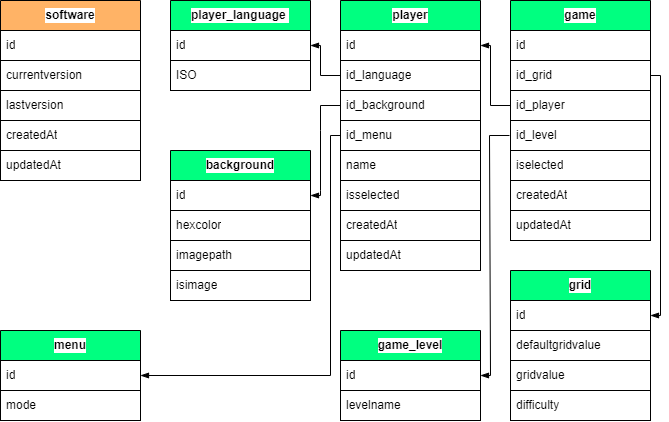
The draw.io diagram .myresources/design_and_modeling/merise/MPD.png in Lob2018/SudoFX2024, before a commit. Source tidied: cells renumbered, new cells last; positions are measured from the earlier drawing's top-left corner, leaving out a move shared by most shapes. Its diagram source:
```xml
<mxGraphModel background="#ffffff">
  <root>
    <mxCell id="0" />
    <mxCell id="1" parent="0" />
    <mxCell id="2" value="player_language&amp;nbsp;" style="swimlane;fontStyle=1;horizontal=1;startSize=30;whiteSpace=wrap;html=1;swimlaneLine=1;fontColor=#000000;labelBorderColor=none;strokeColor=#000000;fillColor=#00FF80;swimlaneFillColor=none;gradientColor=none;labelBackgroundColor=#FFFFFF;" parent="1" vertex="1">
      <mxGeometry x="170" width="140" height="90" as="geometry" />
    </mxCell>
    <mxCell id="3" value="id" style="text;strokeColor=#000000;fillColor=#FFFFFF;align=left;verticalAlign=middle;spacingLeft=4;spacingRight=4;overflow=hidden;points=[[0,0.5],[1,0.5]];portConstraint=eastwest;whiteSpace=wrap;html=1;fontColor=#000000;labelBorderColor=none;swimlaneFillColor=none;gradientColor=none;labelBackgroundColor=#FFFFFF;" parent="2" vertex="1">
      <mxGeometry y="30" width="140" height="30" as="geometry" />
    </mxCell>
    <mxCell id="4" value="ISO" style="text;strokeColor=#000000;fillColor=#FFFFFF;align=left;verticalAlign=middle;spacingLeft=4;spacingRight=4;overflow=hidden;whiteSpace=wrap;html=1;fontColor=#000000;labelBorderColor=none;swimlaneFillColor=none;gradientColor=none;labelBackgroundColor=#FFFFFF;" parent="2" vertex="1">
      <mxGeometry y="60" width="140" height="30" as="geometry" />
    </mxCell>
    <mxCell id="5" value="player" style="swimlane;fontStyle=1;horizontal=1;startSize=30;whiteSpace=wrap;html=1;swimlaneLine=1;fontColor=#000000;labelBorderColor=none;strokeColor=#000000;fillColor=#00FF80;swimlaneFillColor=none;gradientColor=none;labelBackgroundColor=#FFFFFF;" parent="1" vertex="1">
      <mxGeometry x="340" width="140" height="270" as="geometry" />
    </mxCell>
    <mxCell id="6" value="id" style="text;strokeColor=#000000;fillColor=#FFFFFF;align=left;verticalAlign=middle;spacingLeft=4;spacingRight=4;overflow=hidden;points=[[0,0.5],[1,0.5]];portConstraint=eastwest;whiteSpace=wrap;html=1;fontColor=#000000;labelBorderColor=none;swimlaneFillColor=none;gradientColor=none;labelBackgroundColor=#FFFFFF;" parent="5" vertex="1">
      <mxGeometry y="30" width="140" height="30" as="geometry" />
    </mxCell>
    <mxCell id="7" value="id_language" style="text;strokeColor=#000000;fillColor=#FFFFFF;align=left;verticalAlign=middle;spacingLeft=4;spacingRight=4;overflow=hidden;points=[[0,0.5],[1,0.5]];portConstraint=eastwest;whiteSpace=wrap;html=1;fontColor=#000000;labelBorderColor=none;swimlaneFillColor=none;gradientColor=none;labelBackgroundColor=#FFFFFF;" parent="5" vertex="1">
      <mxGeometry y="60" width="140" height="30" as="geometry" />
    </mxCell>
    <mxCell id="8" value="id_background" style="text;strokeColor=#000000;fillColor=#FFFFFF;align=left;verticalAlign=middle;spacingLeft=4;spacingRight=4;overflow=hidden;points=[[0,0.5],[1,0.5]];portConstraint=eastwest;whiteSpace=wrap;html=1;fontColor=#000000;labelBorderColor=none;swimlaneFillColor=none;gradientColor=none;labelBackgroundColor=#FFFFFF;" parent="5" vertex="1">
      <mxGeometry y="90" width="140" height="30" as="geometry" />
    </mxCell>
    <mxCell id="9" value="id_menu" style="text;strokeColor=#000000;fillColor=#FFFFFF;align=left;verticalAlign=middle;spacingLeft=4;spacingRight=4;overflow=hidden;points=[[0,0.5],[1,0.5]];portConstraint=eastwest;whiteSpace=wrap;html=1;fontColor=#000000;labelBorderColor=none;swimlaneFillColor=none;gradientColor=none;labelBackgroundColor=#FFFFFF;" parent="5" vertex="1">
      <mxGeometry y="120" width="140" height="30" as="geometry" />
    </mxCell>
    <mxCell id="10" value="name" style="text;strokeColor=#000000;fillColor=#FFFFFF;align=left;verticalAlign=middle;spacingLeft=4;spacingRight=4;overflow=hidden;whiteSpace=wrap;html=1;fontColor=#000000;labelBorderColor=none;swimlaneFillColor=none;gradientColor=none;labelBackgroundColor=#FFFFFF;" parent="5" vertex="1">
      <mxGeometry y="150" width="140" height="30" as="geometry" />
    </mxCell>
    <mxCell id="11" value="isselected" style="text;strokeColor=#000000;fillColor=#FFFFFF;align=left;verticalAlign=middle;spacingLeft=4;spacingRight=4;overflow=hidden;whiteSpace=wrap;html=1;fontColor=#000000;labelBorderColor=none;swimlaneFillColor=none;gradientColor=none;labelBackgroundColor=#FFFFFF;" parent="5" vertex="1">
      <mxGeometry y="180" width="140" height="30" as="geometry" />
    </mxCell>
    <mxCell id="12" value="createdAt" style="text;strokeColor=#000000;fillColor=#FFFFFF;align=left;verticalAlign=middle;spacingLeft=4;spacingRight=4;overflow=hidden;whiteSpace=wrap;html=1;fontColor=#000000;labelBorderColor=none;swimlaneFillColor=none;gradientColor=none;labelBackgroundColor=#FFFFFF;" parent="5" vertex="1">
      <mxGeometry y="210" width="140" height="30" as="geometry" />
    </mxCell>
    <mxCell id="13" value="updatedAt" style="text;strokeColor=#000000;fillColor=#FFFFFF;align=left;verticalAlign=middle;spacingLeft=4;spacingRight=4;overflow=hidden;whiteSpace=wrap;html=1;fontColor=#000000;labelBorderColor=none;swimlaneFillColor=none;gradientColor=none;labelBackgroundColor=#FFFFFF;" parent="5" vertex="1">
      <mxGeometry y="240" width="140" height="30" as="geometry" />
    </mxCell>
    <mxCell id="14" style="edgeStyle=none;html=1;strokeColor=#000000;endArrow=blockThin;endFill=1;entryX=1;entryY=0.5;entryDx=0;entryDy=0;rounded=0;exitX=0;exitY=0.5;exitDx=0;exitDy=0;" parent="1" edge="1" source="7" target="3">
      <mxGeometry relative="1" as="geometry">
        <Array as="points">
          <mxPoint x="320" y="75" />
          <mxPoint x="320" y="45" />
        </Array>
      </mxGeometry>
    </mxCell>
    <mxCell id="15" value="game" style="swimlane;fontStyle=1;horizontal=1;startSize=30;whiteSpace=wrap;html=1;swimlaneLine=1;fontColor=#000000;labelBorderColor=none;strokeColor=#000000;fillColor=#00FF80;swimlaneFillColor=none;gradientColor=none;labelBackgroundColor=#FFFFFF;" parent="1" vertex="1">
      <mxGeometry x="510" width="140" height="240" as="geometry" />
    </mxCell>
    <mxCell id="16" value="id" style="text;strokeColor=#000000;fillColor=#FFFFFF;align=left;verticalAlign=middle;spacingLeft=4;spacingRight=4;overflow=hidden;whiteSpace=wrap;html=1;fontColor=#000000;labelBorderColor=none;swimlaneFillColor=none;gradientColor=none;labelBackgroundColor=#FFFFFF;" parent="15" vertex="1">
      <mxGeometry y="30" width="140" height="30" as="geometry" />
    </mxCell>
    <mxCell id="17" value="id_grid" style="text;strokeColor=#000000;fillColor=#FFFFFF;align=left;verticalAlign=middle;spacingLeft=4;spacingRight=4;overflow=hidden;points=[[0,0.5],[1,0.5]];portConstraint=eastwest;whiteSpace=wrap;html=1;fontColor=#000000;labelBorderColor=none;swimlaneFillColor=none;gradientColor=none;labelBackgroundColor=#FFFFFF;" parent="15" vertex="1">
      <mxGeometry y="60" width="140" height="30" as="geometry" />
    </mxCell>
    <mxCell id="18" value="id_player" style="text;strokeColor=#000000;fillColor=#FFFFFF;align=left;verticalAlign=middle;spacingLeft=4;spacingRight=4;overflow=hidden;points=[[0,0.5],[1,0.5]];portConstraint=eastwest;whiteSpace=wrap;html=1;fontColor=#000000;labelBorderColor=none;swimlaneFillColor=none;gradientColor=none;labelBackgroundColor=#FFFFFF;" parent="15" vertex="1">
      <mxGeometry y="90" width="140" height="30" as="geometry" />
    </mxCell>
    <mxCell id="19" value="id_level" style="text;strokeColor=#000000;fillColor=#FFFFFF;align=left;verticalAlign=middle;spacingLeft=4;spacingRight=4;overflow=hidden;whiteSpace=wrap;html=1;fontColor=#000000;labelBorderColor=none;swimlaneFillColor=none;gradientColor=none;labelBackgroundColor=#FFFFFF;" parent="15" vertex="1">
      <mxGeometry y="120" width="140" height="30" as="geometry" />
    </mxCell>
    <mxCell id="20" value="iselected" style="text;strokeColor=#000000;fillColor=#FFFFFF;align=left;verticalAlign=middle;spacingLeft=4;spacingRight=4;overflow=hidden;whiteSpace=wrap;html=1;fontColor=#000000;labelBorderColor=none;swimlaneFillColor=none;gradientColor=none;labelBackgroundColor=#FFFFFF;" parent="15" vertex="1">
      <mxGeometry y="150" width="140" height="30" as="geometry" />
    </mxCell>
    <mxCell id="21" value="createdAt" style="text;strokeColor=#000000;fillColor=#FFFFFF;align=left;verticalAlign=middle;spacingLeft=4;spacingRight=4;overflow=hidden;whiteSpace=wrap;html=1;fontColor=#000000;labelBorderColor=none;swimlaneFillColor=none;gradientColor=none;labelBackgroundColor=#FFFFFF;" parent="15" vertex="1">
      <mxGeometry y="180" width="140" height="30" as="geometry" />
    </mxCell>
    <mxCell id="22" value="updatedAt" style="text;strokeColor=#000000;fillColor=#FFFFFF;align=left;verticalAlign=middle;spacingLeft=4;spacingRight=4;overflow=hidden;whiteSpace=wrap;html=1;fontColor=#000000;labelBorderColor=none;swimlaneFillColor=none;gradientColor=none;labelBackgroundColor=#FFFFFF;" parent="15" vertex="1">
      <mxGeometry y="210" width="140" height="30" as="geometry" />
    </mxCell>
    <mxCell id="23" value="grid" style="swimlane;fontStyle=1;horizontal=1;startSize=30;whiteSpace=wrap;html=1;swimlaneLine=1;fontColor=#000000;labelBorderColor=none;strokeColor=#000000;fillColor=#00FF80;swimlaneFillColor=none;gradientColor=none;labelBackgroundColor=#FFFFFF;" parent="1" vertex="1">
      <mxGeometry x="510" y="270" width="140" height="150" as="geometry" />
    </mxCell>
    <mxCell id="24" value="id" style="text;strokeColor=#000000;fillColor=#FFFFFF;align=left;verticalAlign=middle;spacingLeft=4;spacingRight=4;overflow=hidden;points=[[0,0.5],[1,0.5]];portConstraint=eastwest;whiteSpace=wrap;html=1;fontColor=#000000;labelBorderColor=none;swimlaneFillColor=none;gradientColor=none;labelBackgroundColor=#FFFFFF;" parent="23" vertex="1">
      <mxGeometry y="30" width="140" height="30" as="geometry" />
    </mxCell>
    <mxCell id="25" value="defaultgridvalue" style="text;strokeColor=#000000;fillColor=#FFFFFF;align=left;verticalAlign=middle;spacingLeft=4;spacingRight=4;overflow=hidden;whiteSpace=wrap;html=1;fontColor=#000000;labelBorderColor=none;swimlaneFillColor=none;gradientColor=none;labelBackgroundColor=#FFFFFF;" parent="23" vertex="1">
      <mxGeometry y="60" width="140" height="30" as="geometry" />
    </mxCell>
    <mxCell id="26" value="gridvalue" style="text;strokeColor=#000000;fillColor=#FFFFFF;align=left;verticalAlign=middle;spacingLeft=4;spacingRight=4;overflow=hidden;whiteSpace=wrap;html=1;fontColor=#000000;labelBorderColor=none;swimlaneFillColor=none;gradientColor=none;labelBackgroundColor=#FFFFFF;" parent="23" vertex="1">
      <mxGeometry y="90" width="140" height="30" as="geometry" />
    </mxCell>
    <mxCell id="27" value="difficulty" style="text;strokeColor=#000000;fillColor=#FFFFFF;align=left;verticalAlign=middle;spacingLeft=4;spacingRight=4;overflow=hidden;whiteSpace=wrap;html=1;fontColor=#000000;labelBorderColor=none;swimlaneFillColor=none;gradientColor=none;labelBackgroundColor=#FFFFFF;" parent="23" vertex="1">
      <mxGeometry y="120" width="140" height="30" as="geometry" />
    </mxCell>
    <mxCell id="28" value="background" style="swimlane;fontStyle=1;horizontal=1;startSize=30;whiteSpace=wrap;html=1;swimlaneLine=1;fontColor=#000000;labelBorderColor=none;strokeColor=#000000;fillColor=#00FF80;swimlaneFillColor=none;gradientColor=none;labelBackgroundColor=#FFFFFF;" parent="1" vertex="1">
      <mxGeometry x="170" y="150" width="140" height="150" as="geometry" />
    </mxCell>
    <mxCell id="29" value="id" style="text;strokeColor=#000000;fillColor=#FFFFFF;align=left;verticalAlign=middle;spacingLeft=4;spacingRight=4;overflow=hidden;points=[[0,0.5],[1,0.5]];portConstraint=eastwest;whiteSpace=wrap;html=1;fontColor=#000000;labelBorderColor=none;swimlaneFillColor=none;gradientColor=none;labelBackgroundColor=#FFFFFF;" parent="28" vertex="1">
      <mxGeometry y="30" width="140" height="30" as="geometry" />
    </mxCell>
    <mxCell id="30" value="hexcolor" style="text;strokeColor=#000000;fillColor=#FFFFFF;align=left;verticalAlign=middle;spacingLeft=4;spacingRight=4;overflow=hidden;whiteSpace=wrap;html=1;fontColor=#000000;labelBorderColor=none;swimlaneFillColor=none;gradientColor=none;labelBackgroundColor=#FFFFFF;" parent="28" vertex="1">
      <mxGeometry y="60" width="140" height="30" as="geometry" />
    </mxCell>
    <mxCell id="31" value="imagepath" style="text;strokeColor=#000000;fillColor=#FFFFFF;align=left;verticalAlign=middle;spacingLeft=4;spacingRight=4;overflow=hidden;whiteSpace=wrap;html=1;fontColor=#000000;labelBorderColor=none;swimlaneFillColor=none;gradientColor=none;labelBackgroundColor=#FFFFFF;" parent="28" vertex="1">
      <mxGeometry y="90" width="140" height="30" as="geometry" />
    </mxCell>
    <mxCell id="32" value="isimage" style="text;strokeColor=#000000;fillColor=#FFFFFF;align=left;verticalAlign=middle;spacingLeft=4;spacingRight=4;overflow=hidden;whiteSpace=wrap;html=1;fontColor=#000000;labelBorderColor=none;swimlaneFillColor=none;gradientColor=none;labelBackgroundColor=#FFFFFF;" parent="28" vertex="1">
      <mxGeometry y="120" width="140" height="30" as="geometry" />
    </mxCell>
    <mxCell id="33" style="edgeStyle=none;html=1;strokeColor=#000000;endArrow=blockThin;endFill=1;entryX=1;entryY=0.5;entryDx=0;entryDy=0;rounded=0;exitX=1;exitY=0.5;exitDx=0;exitDy=0;" parent="1" edge="1" source="17" target="24">
      <mxGeometry relative="1" as="geometry">
        <Array as="points">
          <mxPoint x="660" y="75" />
          <mxPoint x="660" y="315" />
        </Array>
      </mxGeometry>
    </mxCell>
    <mxCell id="34" style="edgeStyle=none;html=1;strokeColor=#000000;endArrow=blockThin;endFill=1;entryX=1;entryY=0.5;entryDx=0;entryDy=0;rounded=0;exitX=0;exitY=0.5;exitDx=0;exitDy=0;" parent="1" edge="1" source="18" target="6">
      <mxGeometry relative="1" as="geometry">
        <Array as="points">
          <mxPoint x="490" y="105" />
          <mxPoint x="490" y="45" />
        </Array>
      </mxGeometry>
    </mxCell>
    <mxCell id="35" style="edgeStyle=none;html=1;strokeColor=#000000;endArrow=blockThin;endFill=1;entryX=1;entryY=0.5;entryDx=0;entryDy=0;rounded=0;exitX=0;exitY=0.5;exitDx=0;exitDy=0;" parent="1" edge="1" source="8" target="29">
      <mxGeometry relative="1" as="geometry">
        <Array as="points">
          <mxPoint x="320" y="105" />
          <mxPoint x="320" y="130" />
          <mxPoint x="320" y="190" />
          <mxPoint x="320" y="195" />
        </Array>
      </mxGeometry>
    </mxCell>
    <mxCell id="36" value="software" style="swimlane;fontStyle=1;horizontal=1;startSize=30;whiteSpace=wrap;html=1;swimlaneLine=1;fontColor=#000000;labelBorderColor=none;strokeColor=#000000;fillColor=#FFB366;swimlaneFillColor=none;gradientColor=none;labelBackgroundColor=#FFFFFF;" parent="1" vertex="1">
      <mxGeometry width="140" height="180" as="geometry" />
    </mxCell>
    <mxCell id="37" value="id" style="text;strokeColor=#000000;fillColor=#FFFFFF;align=left;verticalAlign=middle;spacingLeft=4;spacingRight=4;overflow=hidden;whiteSpace=wrap;html=1;fontColor=#000000;labelBorderColor=none;swimlaneFillColor=none;gradientColor=none;labelBackgroundColor=#FFFFFF;" parent="36" vertex="1">
      <mxGeometry y="30" width="140" height="30" as="geometry" />
    </mxCell>
    <mxCell id="38" value="currentversion" style="text;strokeColor=#000000;fillColor=#FFFFFF;align=left;verticalAlign=middle;spacingLeft=4;spacingRight=4;overflow=hidden;whiteSpace=wrap;html=1;fontColor=#000000;labelBorderColor=none;swimlaneFillColor=none;gradientColor=none;labelBackgroundColor=#FFFFFF;" parent="36" vertex="1">
      <mxGeometry y="60" width="140" height="30" as="geometry" />
    </mxCell>
    <mxCell id="39" value="lastversion" style="text;strokeColor=#000000;fillColor=#FFFFFF;align=left;verticalAlign=middle;spacingLeft=4;spacingRight=4;overflow=hidden;whiteSpace=wrap;html=1;fontColor=#000000;labelBorderColor=none;swimlaneFillColor=none;gradientColor=none;labelBackgroundColor=#FFFFFF;" parent="36" vertex="1">
      <mxGeometry y="90" width="140" height="30" as="geometry" />
    </mxCell>
    <mxCell id="40" value="createdAt" style="text;strokeColor=#000000;fillColor=#FFFFFF;align=left;verticalAlign=middle;spacingLeft=4;spacingRight=4;overflow=hidden;whiteSpace=wrap;html=1;fontColor=#000000;labelBorderColor=none;swimlaneFillColor=none;gradientColor=none;labelBackgroundColor=#FFFFFF;" parent="36" vertex="1">
      <mxGeometry y="120" width="140" height="30" as="geometry" />
    </mxCell>
    <mxCell id="41" value="updatedAt" style="text;strokeColor=#000000;fillColor=#FFFFFF;align=left;verticalAlign=middle;spacingLeft=4;spacingRight=4;overflow=hidden;whiteSpace=wrap;html=1;fontColor=#000000;labelBorderColor=none;swimlaneFillColor=none;gradientColor=none;labelBackgroundColor=#FFFFFF;" parent="36" vertex="1">
      <mxGeometry y="150" width="140" height="30" as="geometry" />
    </mxCell>
    <mxCell id="42" value="game_level" style="swimlane;fontStyle=1;horizontal=1;startSize=30;whiteSpace=wrap;html=1;swimlaneLine=1;fontColor=#000000;labelBorderColor=none;strokeColor=#000000;fillColor=#00FF80;swimlaneFillColor=none;gradientColor=none;labelBackgroundColor=#FFFFFF;" parent="1" vertex="1">
      <mxGeometry x="340" y="330" width="140" height="90" as="geometry" />
    </mxCell>
    <mxCell id="43" value="id" style="text;strokeColor=#000000;fillColor=#FFFFFF;align=left;verticalAlign=middle;spacingLeft=4;spacingRight=4;overflow=hidden;points=[[0,0.5],[1,0.5]];portConstraint=eastwest;whiteSpace=wrap;html=1;fontColor=#000000;labelBorderColor=none;swimlaneFillColor=none;gradientColor=none;labelBackgroundColor=#FFFFFF;" parent="42" vertex="1">
      <mxGeometry y="30" width="140" height="30" as="geometry" />
    </mxCell>
    <mxCell id="44" value="levelname" style="text;strokeColor=#000000;fillColor=#FFFFFF;align=left;verticalAlign=middle;spacingLeft=4;spacingRight=4;overflow=hidden;whiteSpace=wrap;html=1;fontColor=#000000;labelBorderColor=none;swimlaneFillColor=none;gradientColor=none;labelBackgroundColor=#FFFFFF;" parent="42" vertex="1">
      <mxGeometry y="60" width="140" height="30" as="geometry" />
    </mxCell>
    <mxCell id="45" style="edgeStyle=none;html=1;strokeColor=#000000;endArrow=blockThin;endFill=1;entryX=1;entryY=0.5;entryDx=0;entryDy=0;rounded=0;exitX=0;exitY=0.5;exitDx=0;exitDy=0;" parent="1" edge="1" target="43">
      <mxGeometry relative="1" as="geometry">
        <mxPoint x="509" y="135" as="sourcePoint" />
        <Array as="points">
          <mxPoint x="489" y="135" />
          <mxPoint x="490" y="375" />
        </Array>
      </mxGeometry>
    </mxCell>
    <mxCell id="46" value="menu" style="swimlane;fontStyle=1;horizontal=1;startSize=30;whiteSpace=wrap;html=1;swimlaneLine=1;fontColor=#000000;labelBorderColor=none;strokeColor=#000000;fillColor=#00FF80;swimlaneFillColor=none;gradientColor=none;labelBackgroundColor=#FFFFFF;" parent="1" vertex="1">
      <mxGeometry y="330" width="140" height="90" as="geometry" />
    </mxCell>
    <mxCell id="47" value="id" style="text;strokeColor=#000000;fillColor=#FFFFFF;align=left;verticalAlign=middle;spacingLeft=4;spacingRight=4;overflow=hidden;points=[[0,0.5],[1,0.5]];portConstraint=eastwest;whiteSpace=wrap;html=1;fontColor=#000000;labelBorderColor=none;swimlaneFillColor=none;gradientColor=none;labelBackgroundColor=#FFFFFF;" parent="46" vertex="1">
      <mxGeometry y="30" width="140" height="30" as="geometry" />
    </mxCell>
    <mxCell id="48" value="mode" style="text;strokeColor=#000000;fillColor=#FFFFFF;align=left;verticalAlign=middle;spacingLeft=4;spacingRight=4;overflow=hidden;whiteSpace=wrap;html=1;fontColor=#000000;labelBorderColor=none;swimlaneFillColor=none;gradientColor=none;labelBackgroundColor=#FFFFFF;" parent="46" vertex="1">
      <mxGeometry y="60" width="140" height="30" as="geometry" />
    </mxCell>
    <mxCell id="49" style="edgeStyle=none;html=1;strokeColor=#000000;endArrow=blockThin;endFill=1;entryX=1;entryY=0.5;entryDx=0;entryDy=0;rounded=0;exitX=0;exitY=0.5;exitDx=0;exitDy=0;" parent="1" edge="1" source="9" target="47">
      <mxGeometry relative="1" as="geometry">
        <Array as="points">
          <mxPoint x="330" y="135" />
          <mxPoint x="330" y="375" />
        </Array>
      </mxGeometry>
    </mxCell>
  </root>
</mxGraphModel>
```
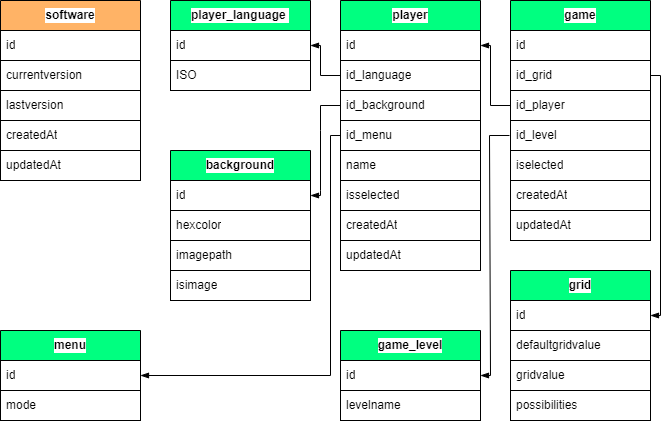
Later version of the same file.

Commit message:
Refactor grid model : Renames grid difficulty to possibilities

What changed in the source:
```diff
@@ -82,7 +82,7 @@
     <mxCell id="26" value="gridvalue" style="text;strokeColor=#000000;fillColor=#FFFFFF;align=left;verticalAlign=middle;spacingLeft=4;spacingRight=4;overflow=hidden;whiteSpace=wrap;html=1;fontColor=#000000;labelBorderColor=none;swimlaneFillColor=none;gradientColor=none;labelBackgroundColor=#FFFFFF;" parent="23" vertex="1">
       <mxGeometry y="90" width="140" height="30" as="geometry" />
     </mxCell>
-    <mxCell id="27" value="difficulty" style="text;strokeColor=#000000;fillColor=#FFFFFF;align=left;verticalAlign=middle;spacingLeft=4;spacingRight=4;overflow=hidden;whiteSpace=wrap;html=1;fontColor=#000000;labelBorderColor=none;swimlaneFillColor=none;gradientColor=none;labelBackgroundColor=#FFFFFF;" parent="23" vertex="1">
+    <mxCell id="27" value="possibilities" style="text;strokeColor=#000000;fillColor=#FFFFFF;align=left;verticalAlign=middle;spacingLeft=4;spacingRight=4;overflow=hidden;whiteSpace=wrap;html=1;fontColor=#000000;labelBorderColor=none;swimlaneFillColor=none;gradientColor=none;labelBackgroundColor=#FFFFFF;" parent="23" vertex="1">
       <mxGeometry y="120" width="140" height="30" as="geometry" />
     </mxCell>
     <mxCell id="28" value="background" style="swimlane;fontStyle=1;horizontal=1;startSize=30;whiteSpace=wrap;html=1;swimlaneLine=1;fontColor=#000000;labelBorderColor=none;strokeColor=#000000;fillColor=#00FF80;swimlaneFillColor=none;gradientColor=none;labelBackgroundColor=#FFFFFF;" parent="1" vertex="1">
```
